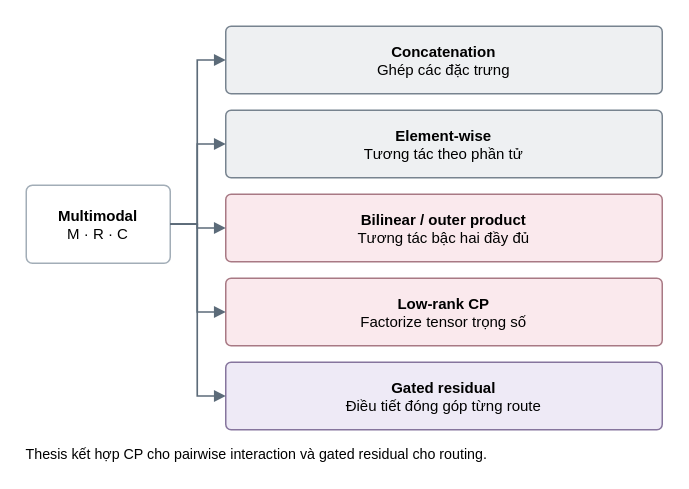
The draw.io diagram figures_source/fusion-taxonomy.drawio in moimoi05/kltn, before the edit. Source tidied: cells renumbered, new cells numbered last; positions are measured from the earlier drawing's top-left corner, leaving out a move shared by most shapes. Both pictures are drawn from the tidied source at 150%, with x=0, y=0 at pixel (26, 26).
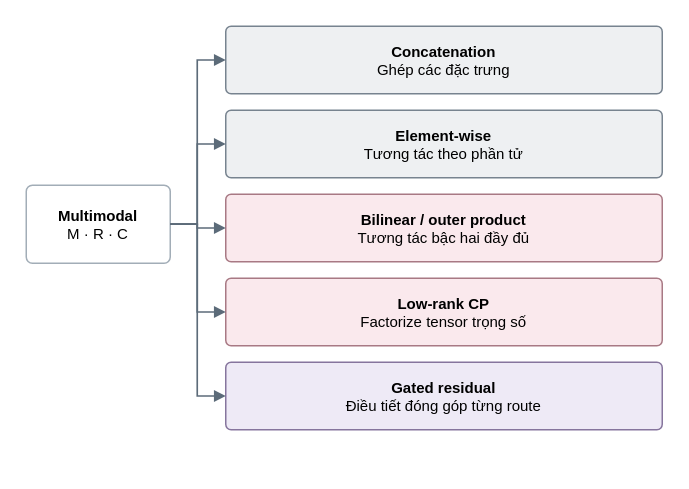
The same page after the edit.

The edit, as a diff of the source:
```diff
@@
-    <mxCell id="13" value="Thesis kết hợp CP cho pairwise interaction và gated residual cho routing." style="html=1;fontFamily=Arial;fontColor=#000000;whiteSpace=wrap;text;strokeColor=none;fillColor=none;fontSize=9.5;fontStyle=0;align=left;verticalAlign=top;spacing=0;" parent="1" vertex="1">
-      <mxGeometry y="275" width="309.8" height="11.8" as="geometry" />
-    </mxCell>
```
